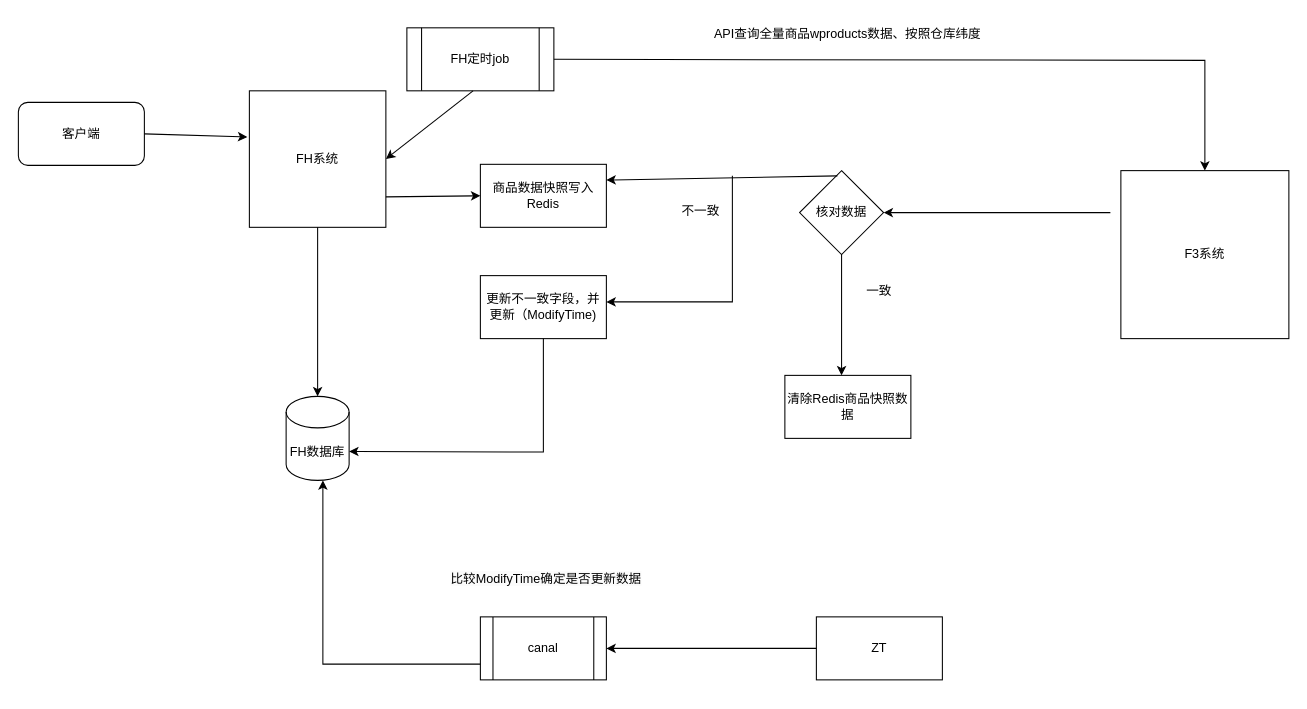
The draw.io diagram SketchMap/FH校验商品基础数据.drawio in liuyunlong1229/aaa, before the edit. Source tidied: cells renumbered, new cells numbered last; positions are measured from the earlier drawing's top-left corner, leaving out a move shared by most shapes. Both pictures are drawn from the tidied source at 105%, with x=0, y=0 at pixel (18, 18).
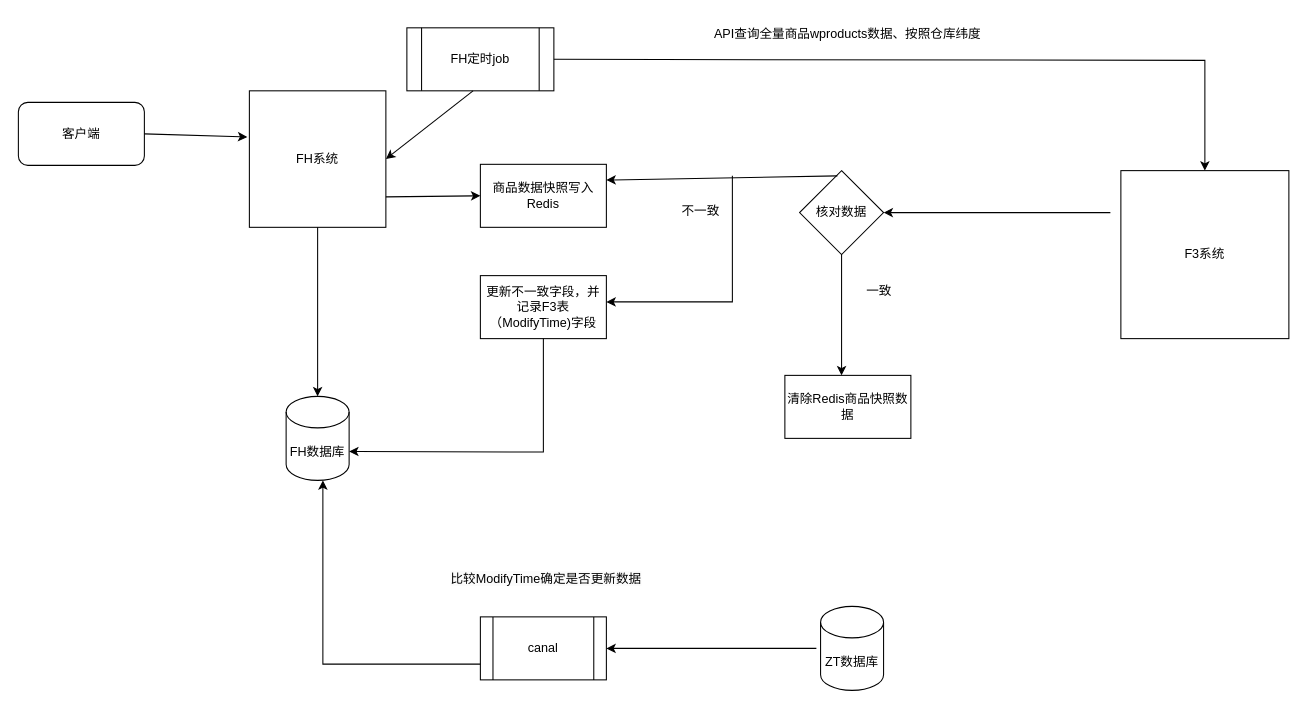
The same diagram, later.

Commit message (it also covers changes not shown here):
更新FH校验商品基础数据.drawio

The change refers to these unchanged cells:
```xml
<mxCell id="26" value="canal" style="shape=process;whiteSpace=wrap;html=1;backgroundOutline=1;" parent="1" vertex="1">
  <mxGeometry x="440" y="570" width="120" height="60" as="geometry" />
</mxCell>
```

The edit, as a diff of the source:
```diff
@@
-    <mxCell id="20" value="更新不一致字段，并更新（ModifyTime)" style="rounded=0;whiteSpace=wrap;html=1;" parent="1" vertex="1">
+    <mxCell id="20" value="更新不一致字段，并记录F3表（ModifyTime)字段" style="rounded=0;whiteSpace=wrap;html=1;" parent="1" vertex="1">
       <mxGeometry x="440" y="245" width="120" height="60" as="geometry" />
     </mxCell>
@@
-    <mxCell id="24" value="ZT" style="rounded=0;whiteSpace=wrap;html=1;" parent="1" vertex="1">
-      <mxGeometry x="760" y="570" width="120" height="60" as="geometry" />
-    </mxCell>
@@
-    <mxCell id="27" style="endArrow=classic;html=1;rounded=0;entryX=1;entryY=0.5;entryDx=0;entryDy=0;exitX=0;exitY=0.5;exitDx=0;exitDy=0;" parent="1" edge="1" source="24" target="26">
-      <mxGeometry relative="1" as="geometry" />
+    <mxCell id="27" style="endArrow=classic;html=1;rounded=0;entryX=1;entryY=0.5;entryDx=0;entryDy=0;exitX=0;exitY=0.5;exitDx=0;exitDy=0;" parent="1" edge="1" target="26">
+      <mxGeometry relative="1" as="geometry">
+        <mxPoint x="760" y="600" as="sourcePoint" />
+      </mxGeometry>
     </mxCell>
@@
+    <mxCell id="29" value="ZT数据库" style="shape=cylinder3;whiteSpace=wrap;html=1;boundedLbl=1;backgroundOutline=1;size=15;" parent="1" vertex="1">
+      <mxGeometry x="764" y="560" width="60" height="80" as="geometry" />
+    </mxCell>
```
